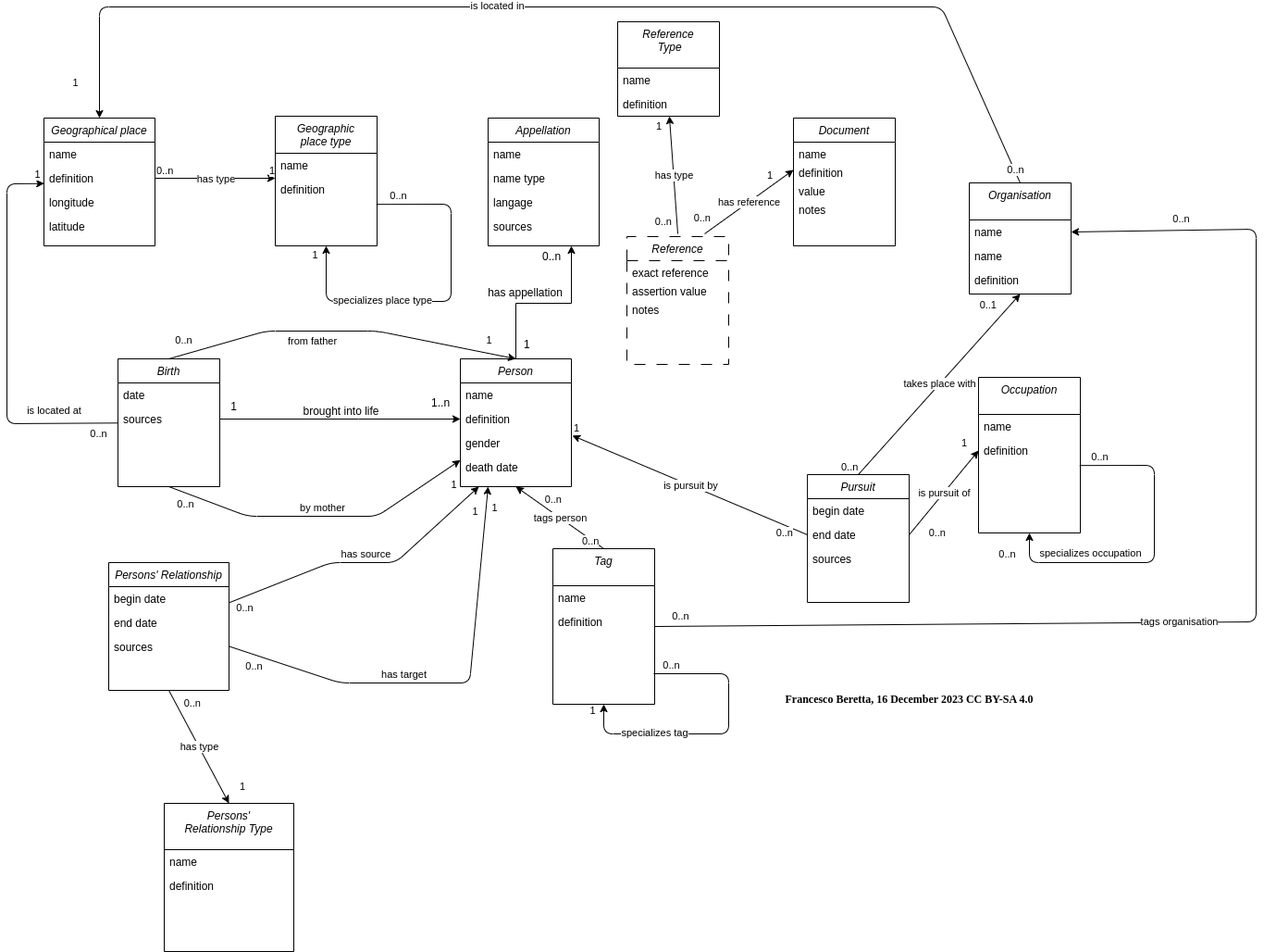
Earlier version of the draw.io export MCD_to_database_example.png (Chiodo53/astronomers). Source tidied: cells renumbered, new cells last; positions are measured from the earlier drawing's top-left corner, leaving out a move shared by most shapes.
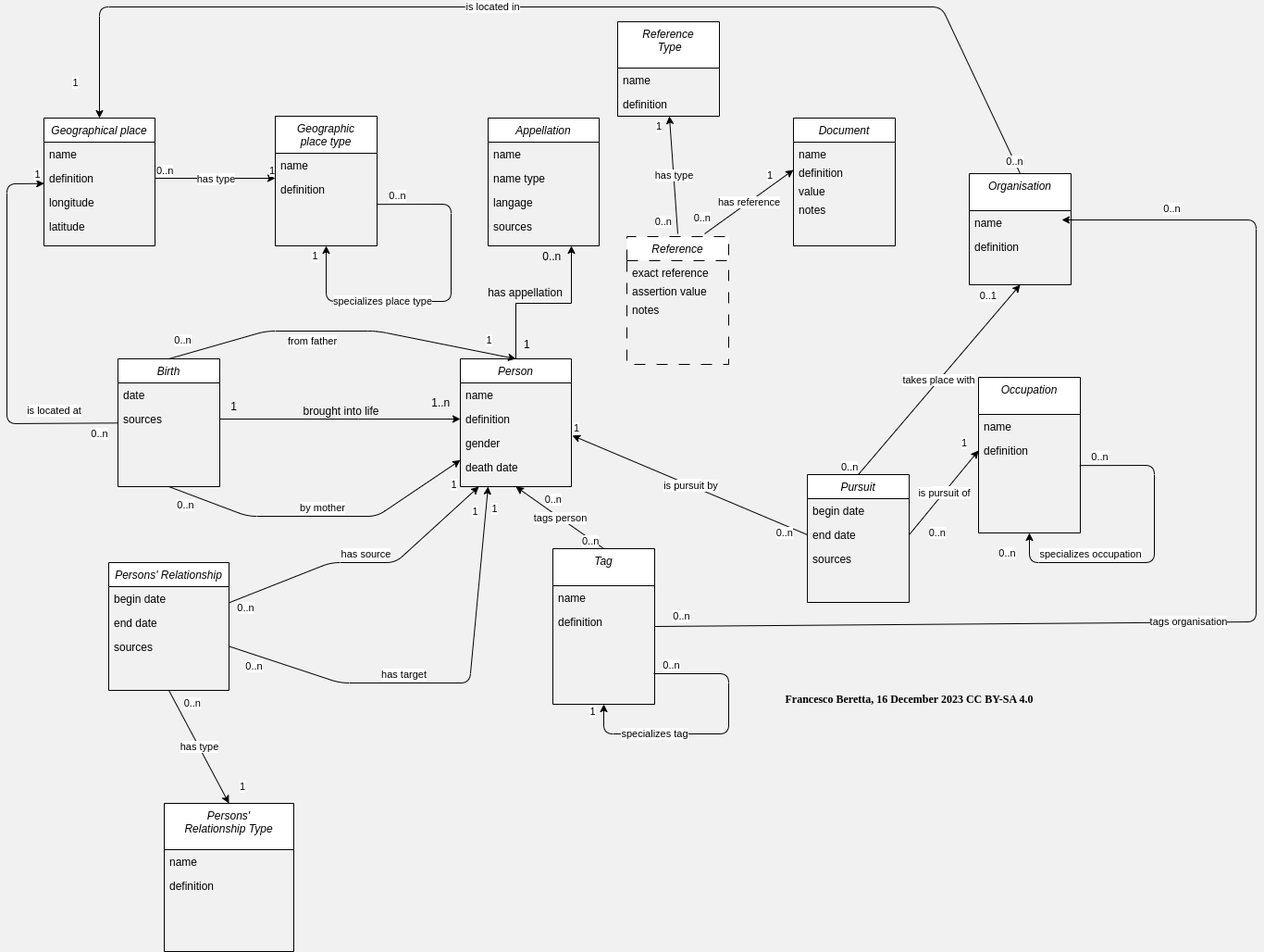
Later version of the same file.

Diff of the diagram source:
```diff
@@ -1,4 +1,4 @@
-<mxGraphModel>
+<mxGraphModel background="#F1F1F1">
   <root>
     <mxCell id="0" />
     <mxCell id="1" parent="0" />
@@ -393,16 +393,13 @@
       </mxGeometry>
     </mxCell>
     <mxCell id="96" value="Organisation" style="swimlane;fontStyle=2;align=center;verticalAlign=top;horizontal=1;startSize=40;rounded=0;shadow=0;strokeWidth=1;" parent="1" vertex="1">
-      <mxGeometry x="1040" y="190" width="110" height="120" as="geometry" />
+      <mxGeometry x="1040" y="180" width="110" height="120" as="geometry" />
     </mxCell>
     <mxCell id="97" value="name" style="text;align=left;verticalAlign=top;spacingLeft=4;spacingRight=4;overflow=hidden;points=[[0,0.5],[1,0.5]];portConstraint=eastwest;" parent="96" vertex="1">
       <mxGeometry y="40" width="110" height="26" as="geometry" />
     </mxCell>
-    <mxCell id="98" value="name" style="text;align=left;verticalAlign=top;spacingLeft=4;spacingRight=4;overflow=hidden;" parent="96" vertex="1">
-      <mxGeometry y="66" width="110" height="26" as="geometry" />
-    </mxCell>
     <mxCell id="99" value="definition" style="text;align=left;verticalAlign=top;spacingLeft=4;spacingRight=4;overflow=hidden;rounded=0;shadow=0;html=0;" parent="96" vertex="1">
-      <mxGeometry y="92" width="110" height="26" as="geometry" />
+      <mxGeometry y="66" width="110" height="26" as="geometry" />
     </mxCell>
     <mxCell id="100" value="takes place with" style="endArrow=classic;html=1;exitX=0.5;exitY=0;exitDx=0;exitDy=0;entryX=0.5;entryY=1;entryDx=0;entryDy=0;" parent="1" edge="1" source="59" target="96">
       <mxGeometry relative="1" as="geometry" />
@@ -417,11 +414,12 @@
         <mxPoint x="-25" y="20" as="offset" />
       </mxGeometry>
     </mxCell>
-    <mxCell id="103" style="endArrow=classic;html=1;exitX=1;exitY=0.5;exitDx=0;exitDy=0;entryX=1;entryY=0.5;entryDx=0;entryDy=0;" parent="1" edge="1" source="41" target="97">
+    <mxCell id="103" style="endArrow=classic;html=1;exitX=1;exitY=0.5;exitDx=0;exitDy=0;" parent="1" edge="1" source="41">
       <mxGeometry relative="1" as="geometry">
+        <mxPoint x="1140" y="230" as="targetPoint" />
         <Array as="points">
           <mxPoint x="1350" y="664" />
-          <mxPoint x="1350" y="240" />
+          <mxPoint x="1350" y="230" />
         </Array>
       </mxGeometry>
     </mxCell>
```
